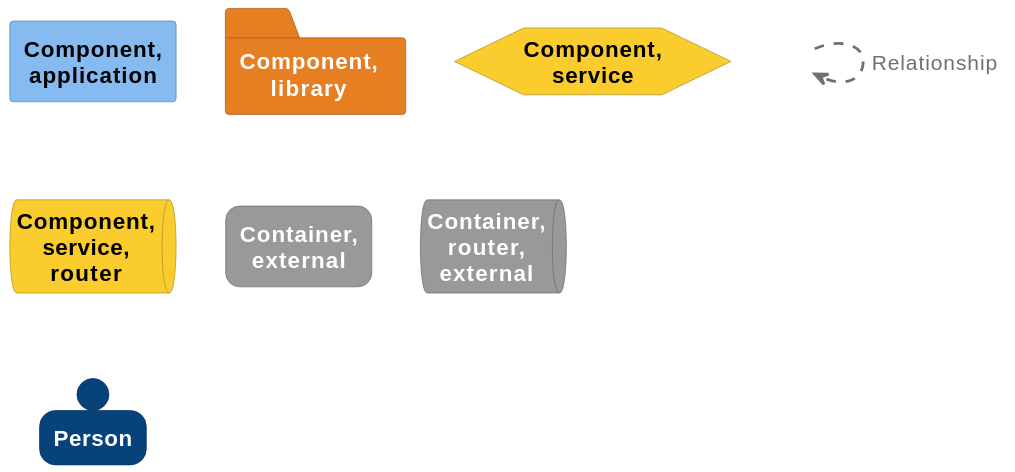
Before: docs/diagrams/structurizr-WhisperCMS-Installation-Sequence-key.svg, a diagram exported from PlantUML (CoderByBlood/whisper-cms).
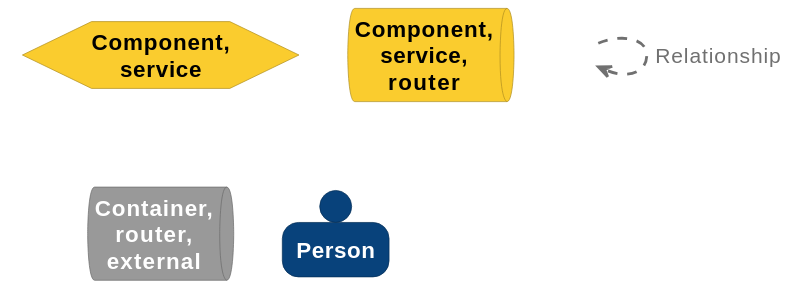
After the commit.

The edit, as a diff of the source:
```diff
@@ -16,56 +16,34 @@
   FontColor transparent
 }
 
-skinparam rectangle<<1>> {
-  BackgroundColor #85bbf0
-  FontColor #000000
-  BorderColor #5d82a8
-}
-rectangle "==Component, application" <<1>>
-
-skinparam folder<<2>> {
-  BackgroundColor #e67e22
-  FontColor #ffffff
-  BorderColor #a15817
-}
-folder "==Component, library" <<2>>
-
-skinparam hexagon<<3>> {
+skinparam hexagon<<1>> {
   BackgroundColor #facc2e
   FontColor #000000
   BorderColor #af8e20
 }
-hexagon "==Component, service" <<3>>
+hexagon "==Component, service" <<1>>
 
-skinparam queue<<4>> {
+skinparam queue<<2>> {
   BackgroundColor #facc2e
   FontColor #000000
   BorderColor #af8e20
 }
-queue "==Component, service, router" <<4>>
+queue "==Component, service, router" <<2>>
 
-skinparam rectangle<<5>> {
-  BackgroundColor #999999
-  FontColor #ffffff
-  BorderColor #6b6b6b
-  roundCorner 20
-}
-rectangle "==Container, external" <<5>>
-
-skinparam queue<<6>> {
+skinparam queue<<3>> {
   BackgroundColor #999999
   FontColor #ffffff
   BorderColor #6b6b6b
 }
-queue "==Container, router, external" <<6>>
+queue "==Container, router, external" <<3>>
 
-skinparam person<<7>> {
+skinparam person<<4>> {
   BackgroundColor #08427b
   FontColor #ffffff
   BorderColor #052e56
 }
-person "==Person" <<7>>
+person "==Person" <<4>>
 
-rectangle "." <<_transparent>> as 8
-8 .[#707070,thickness=2].> 8 : "<color:#707070>Relationship"
+rectangle "." <<_transparent>> as 5
+5 .[#707070,thickness=2].> 5 : "<color:#707070>Relationship"
 @enduml
```
